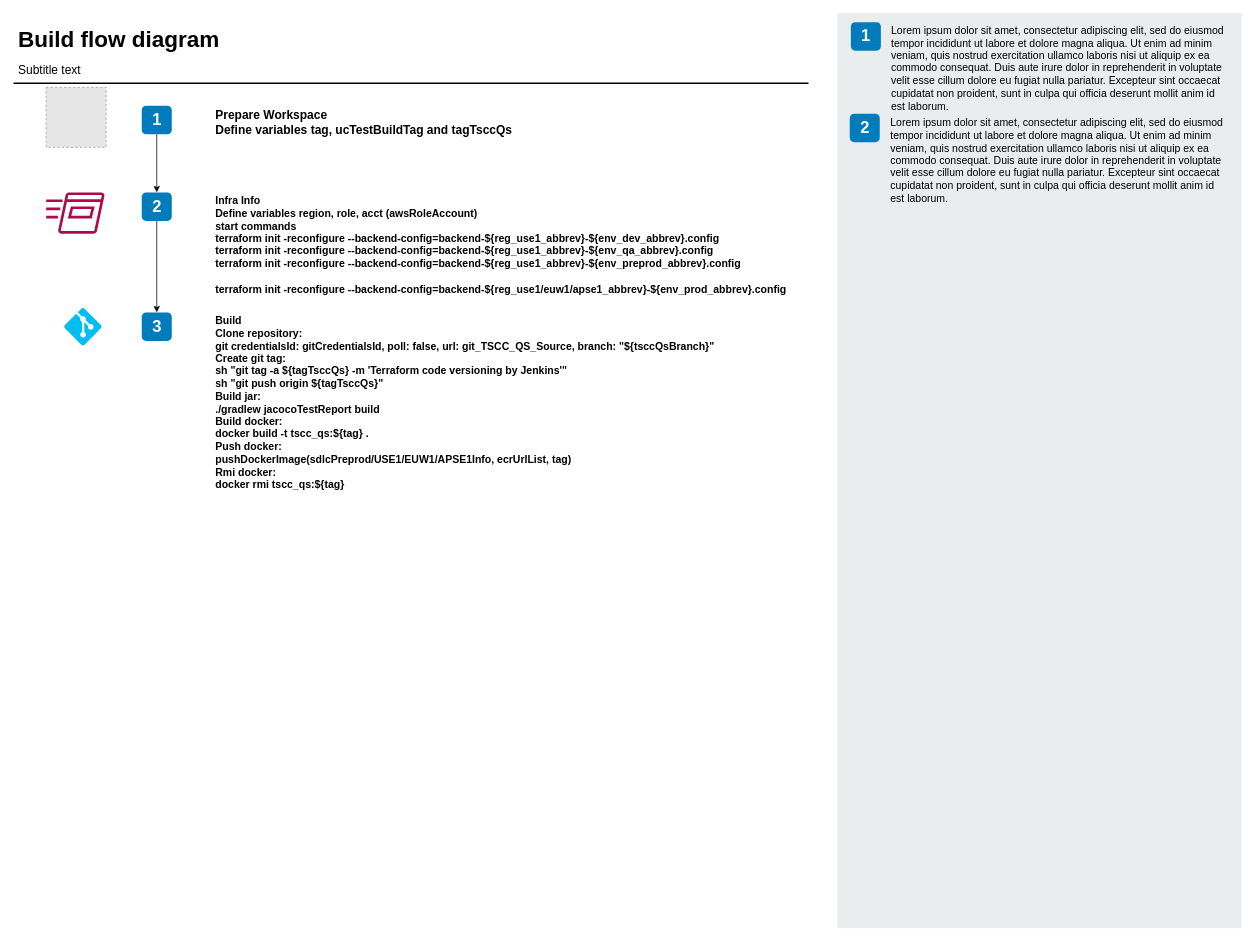
Before: page "Page-1" (1 of 2) of Диаграмма без названия.drawio in javadev/orderdatabase, a draw.io diagram. Source tidied: cells renumbered, new cells numbered last; positions are measured from the earlier drawing's top-left corner, leaving out a move shared by most shapes. Both pictures are drawn from the tidied source at 75%, with x=0, y=0 at pixel (13, 13). Pictures stored in the file or linked from it are replaced by grey dashed boxes.
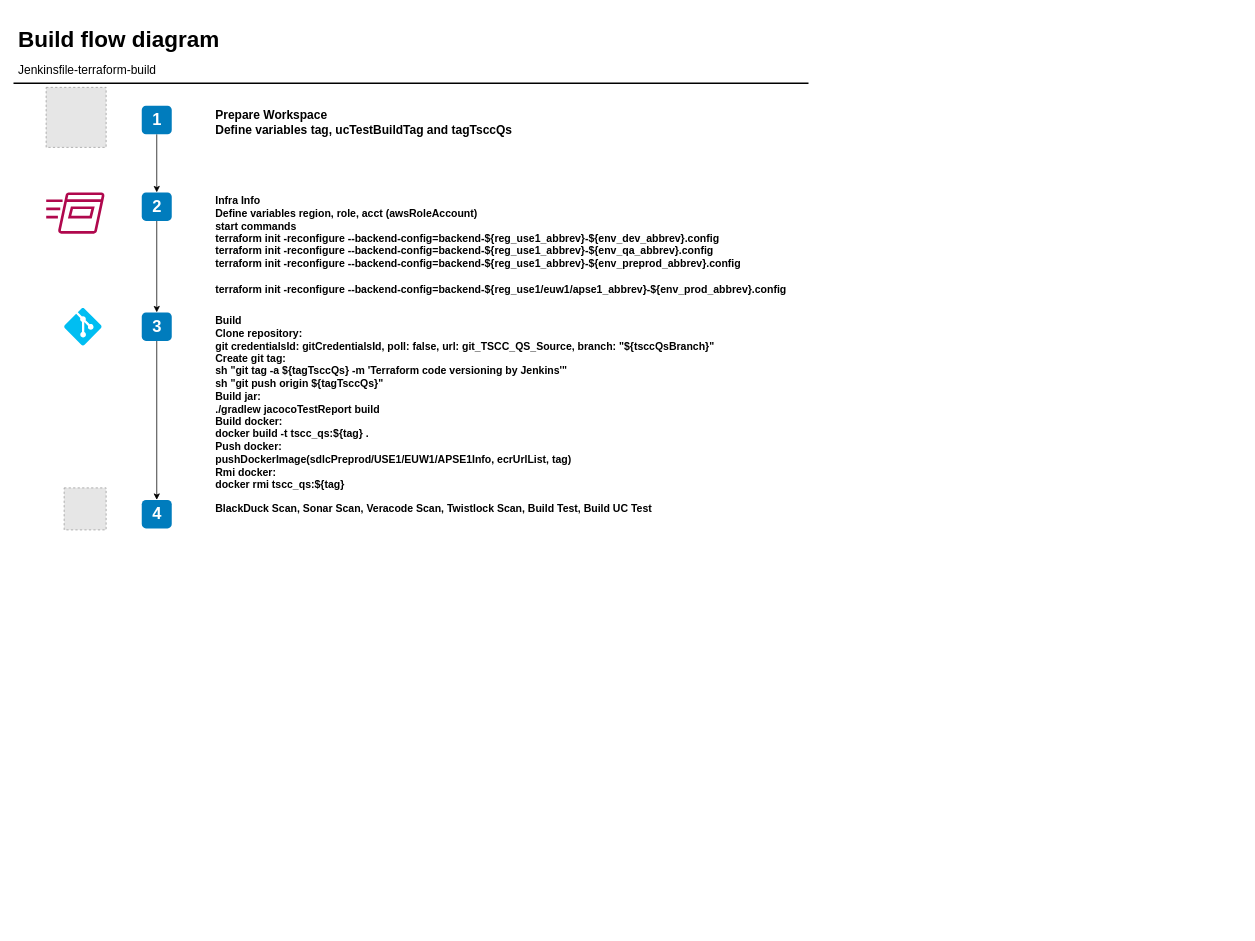
Above is the later version.

The change refers to these unchanged cells:
```xml
<mxCell id="6" value="3" style="rounded=1;whiteSpace=wrap;html=1;fillColor=#007CBD;strokeColor=none;fontColor=#FFFFFF;fontStyle=1;fontSize=22;" parent="1" vertex="1">
  <mxGeometry x="171.5" y="399" width="40" height="38" as="geometry" />
</mxCell>
```

Diff of the diagram source:
```diff
@@
+    <mxCell id="21" style="edgeStyle=orthogonalEdgeStyle;rounded=0;jettySize=auto;html=1;entryX=0.5;entryY=0;entryDx=0;entryDy=0;" parent="1" edge="1" source="6" target="22">
+      <mxGeometry relative="1" as="geometry" />
+    </mxCell>
@@
-    <mxCell id="8" value="Subtitle text&lt;br style=&quot;font-size: 16px&quot;&gt;" style="text;html=1;align=left;verticalAlign=top;spacingTop=-4;fontSize=16;" parent="1" vertex="1">
-      <mxGeometry x="4.5" y="63.5" width="100" height="20" as="geometry" />
+    <mxCell id="8" value="Jenkinsfile-terraform-build" style="text;html=1;align=left;verticalAlign=top;spacingTop=-4;fontSize=16;" parent="1" vertex="1">
+      <mxGeometry x="4.5" y="63.5" width="210" height="30" as="geometry" />
     </mxCell>
@@
-    <mxCell id="12" style="rounded=0;whiteSpace=wrap;html=1;fillColor=#EAEDED;fontSize=22;fontColor=#FFFFFF;strokeColor=none;labelBackgroundColor=none;" parent="1" vertex="1">
-      <mxGeometry x="1099" width="539" height="1220" as="geometry" />
-    </mxCell>
-    <mxCell id="13" value="1" style="rounded=1;whiteSpace=wrap;html=1;fillColor=#007CBD;strokeColor=none;fontColor=#FFFFFF;fontStyle=1;fontSize=22;labelBackgroundColor=none;" parent="1" vertex="1">
-      <mxGeometry x="1117" y="12" width="40" height="38" as="geometry" />
-    </mxCell>
-    <mxCell id="14" value="2" style="rounded=1;whiteSpace=wrap;html=1;fillColor=#007CBD;strokeColor=none;fontColor=#FFFFFF;fontStyle=1;fontSize=22;labelBackgroundColor=none;" parent="1" vertex="1">
-      <mxGeometry x="1115.5" y="134" width="40" height="38" as="geometry" />
-    </mxCell>
-    <mxCell id="15" value="&lt;span&gt;Lorem ipsum dolor sit amet, consectetur adipiscing elit, sed do eiusmod tempor incididunt ut labore et dolore magna aliqua. Ut enim ad minim veniam, quis nostrud exercitation ullamco laboris nisi ut aliquip ex ea commodo consequat. Duis aute irure dolor in reprehenderit in voluptate velit esse cillum dolore eu fugiat nulla pariatur. Excepteur sint occaecat cupidatat non proident, sunt in culpa qui officia deserunt mollit anim id est laborum.&lt;/span&gt;&lt;br&gt;" style="text;html=1;align=left;verticalAlign=top;spacingTop=-4;fontSize=14;labelBackgroundColor=none;whiteSpace=wrap;" parent="1" vertex="1">
-      <mxGeometry x="1168.5" y="11.5" width="449" height="118" as="geometry" />
-    </mxCell>
-    <mxCell id="16" value="&lt;span&gt;Lorem ipsum dolor sit amet, consectetur adipiscing elit, sed do eiusmod tempor incididunt ut labore et dolore magna aliqua. Ut enim ad minim veniam, quis nostrud exercitation ullamco laboris nisi ut aliquip ex ea commodo consequat. Duis aute irure dolor in reprehenderit in voluptate velit esse cillum dolore eu fugiat nulla pariatur. Excepteur sint occaecat cupidatat non proident, sunt in culpa qui officia deserunt mollit anim id est laborum.&lt;/span&gt;&lt;br&gt;" style="text;html=1;align=left;verticalAlign=top;spacingTop=-4;fontSize=14;labelBackgroundColor=none;whiteSpace=wrap;" parent="1" vertex="1">
-      <mxGeometry x="1167.5" y="134.5" width="450" height="115" as="geometry" />
-    </mxCell>
@@
+    <mxCell id="22" value="4" style="rounded=1;whiteSpace=wrap;html=1;fillColor=#007CBD;strokeColor=none;fontColor=#FFFFFF;fontStyle=1;fontSize=22;" parent="1" vertex="1">
+      <mxGeometry x="171.5" y="649" width="40" height="38" as="geometry" />
+    </mxCell>
+    <mxCell id="23" value="BlackDuck Scan,&amp;nbsp;Sonar Scan,&amp;nbsp;Veracode Scan,&amp;nbsp;Twistlock Scan,&amp;nbsp;Build Test,&amp;nbsp;Build UC Test" style="text;html=1;align=left;verticalAlign=top;spacingTop=-4;fontSize=14;fontStyle=1;" parent="1" vertex="1">
+      <mxGeometry x="268" y="649" width="610" height="20" as="geometry" />
+    </mxCell>
+    <mxCell id="24" style="fillColor=#E6E6E6;strokeColor=#999999;dashed=1;html=1;verticalAlign=top;verticalLabelPosition=bottom;labelBackgroundColor=#ffffff;" parent="1" vertex="1">
+      <mxGeometry x="68" y="633" width="56" height="56" as="geometry" />
+    </mxCell>
```
